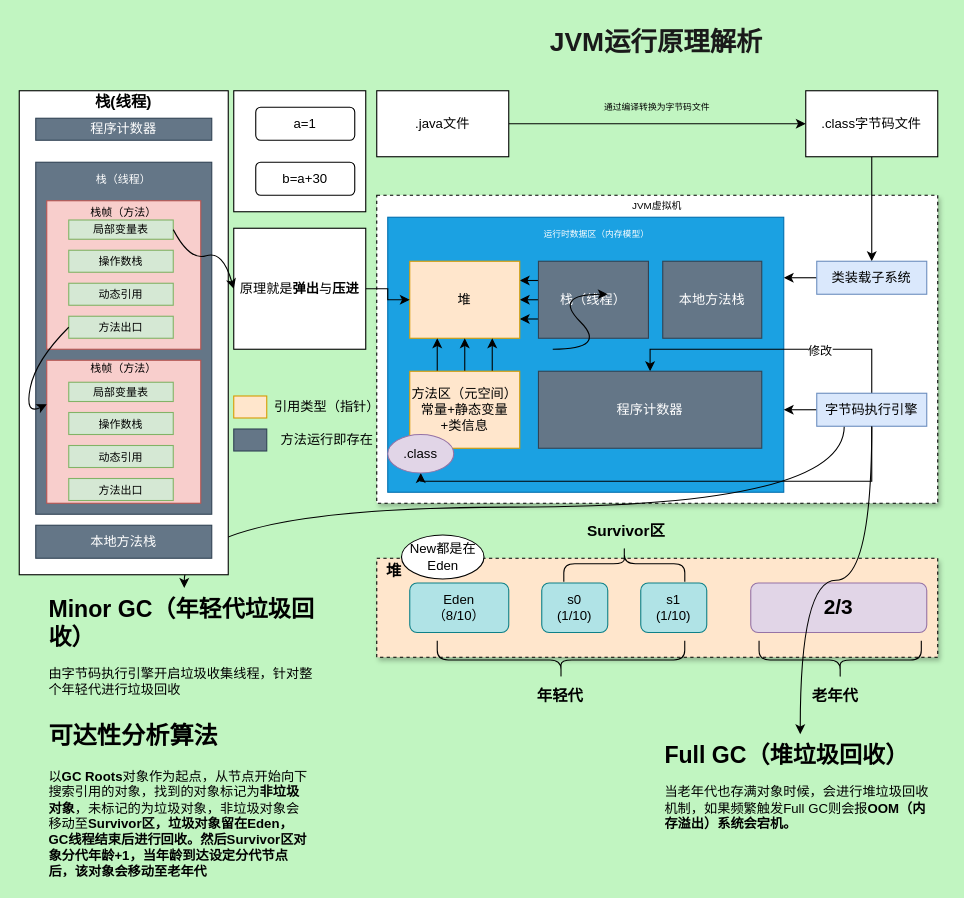
The draw.io diagram checkpoints/未命名绘图.drawio in AmbrosLi/grok-1, before the edit. Source tidied: cells renumbered, new cells numbered last; positions are measured from the earlier drawing's top-left corner, leaving out a move shared by most shapes. Both pictures are drawn from the tidied source at 110%, with x=0, y=0 at pixel (-119, 19).
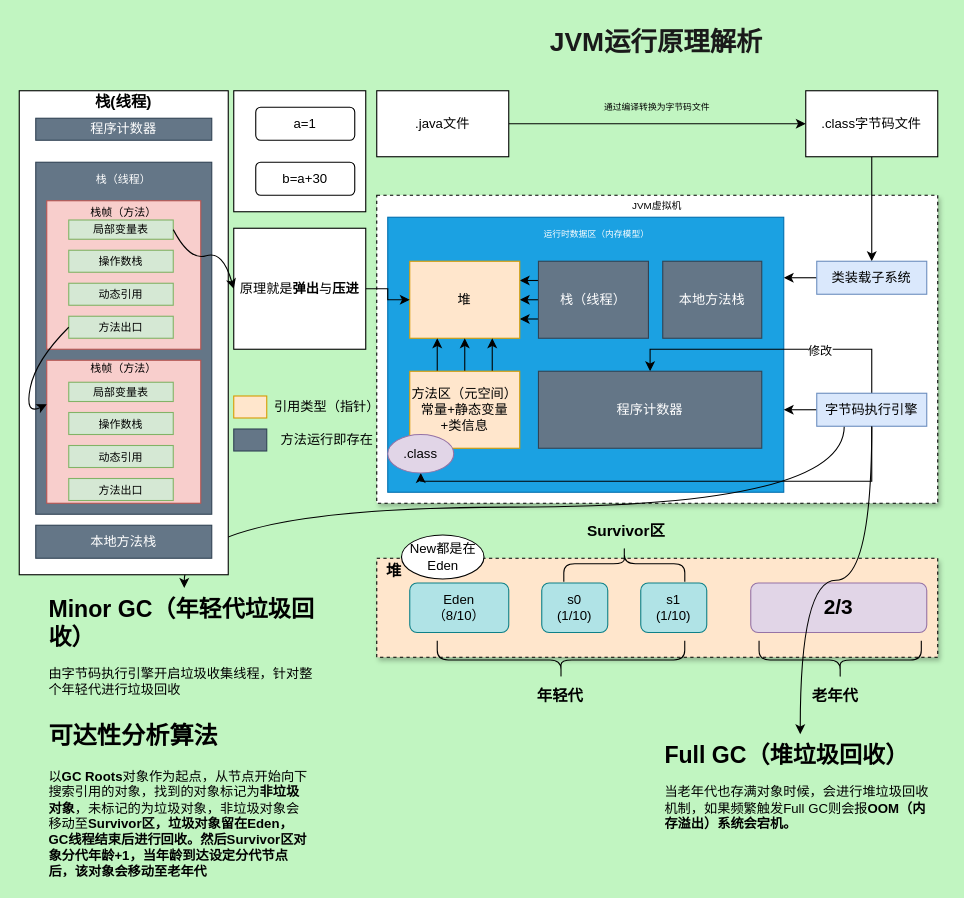
The same page after the edit.

Commit message:
更新未命名绘图.drawio

Change to the diagram source:
```diff
@@
-    <mxCell id="49" style="curved=1;endArrow=classic;html=1;rounded=0;" parent="1" edge="1">
-      <mxGeometry relative="1" as="geometry">
-        <mxPoint x="610" y="300" as="sourcePoint" />
-        <mxPoint x="660" y="250" as="targetPoint" />
-        <Array as="points">
-          <mxPoint x="660" y="300" />
-          <mxPoint x="610" y="250" />
-        </Array>
-      </mxGeometry>
-    </mxCell>
```
